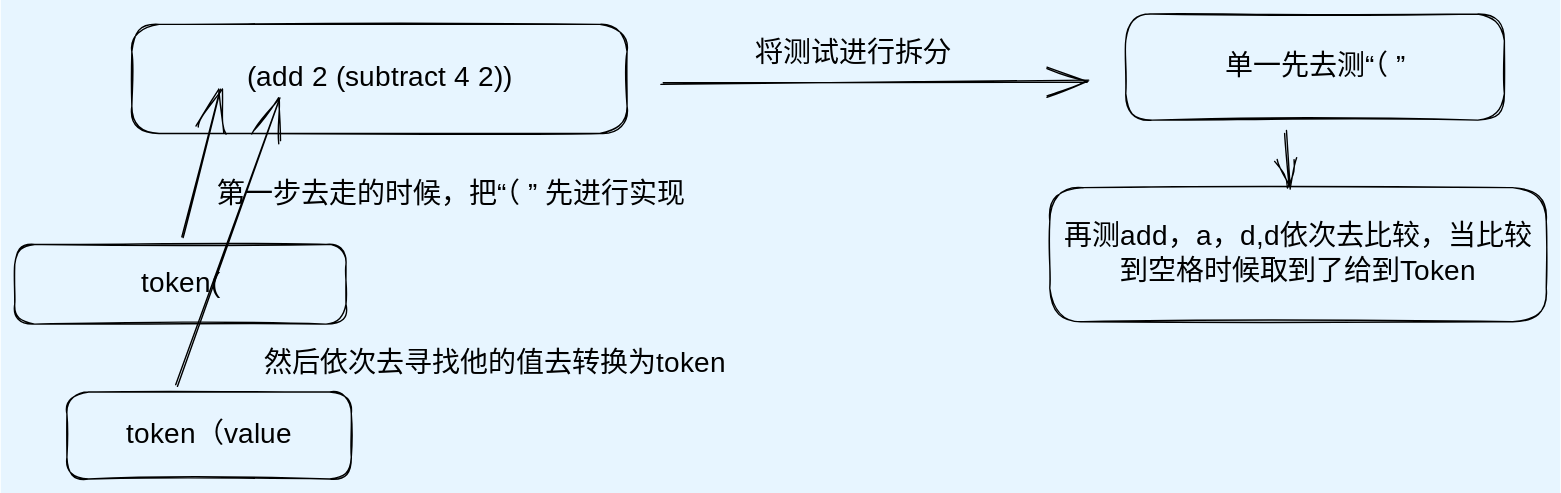
zclsx/tiny-compiler keeps this Excalidraw diagram as note.excalidraw.svg. Above is the earlier version. Source tidied: one line per element, renumbered; positions are measured from the earlier drawing's top-left corner, leaving out a move shared by most shapes.
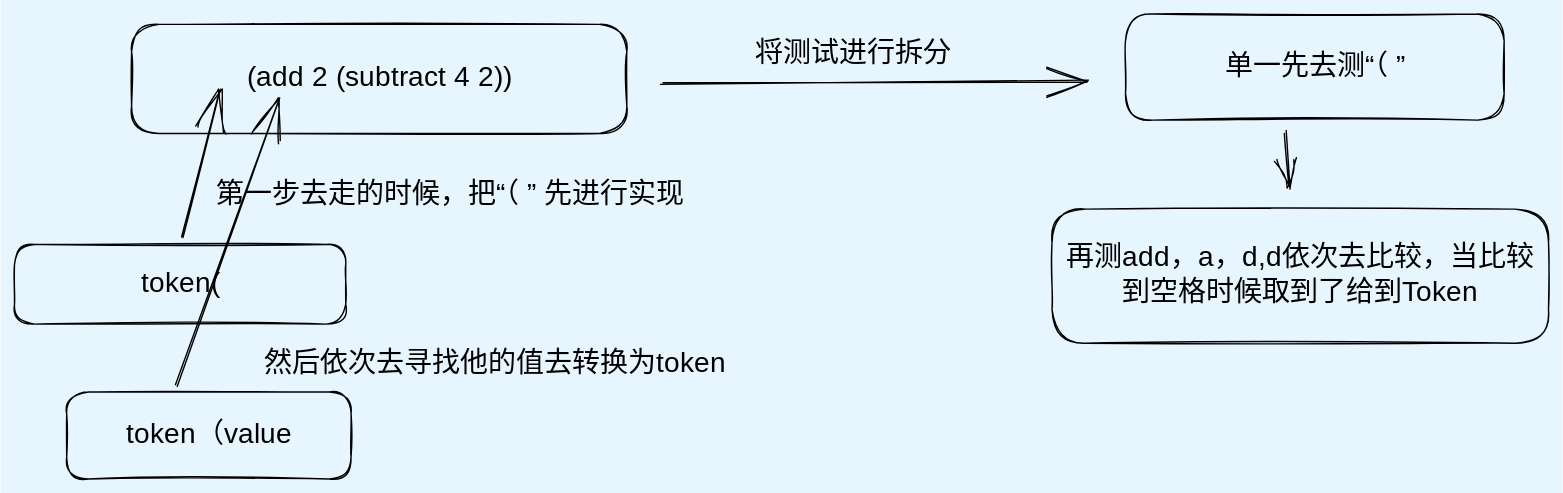
After the commit.

What changed in the source:
```diff
@@ -12,6 +12,6 @@
 {"id": 11, "type": "arrow", "strokeColor": "#000000", "strokeWidth": 1, "roughness": 1, "endArrowhead": "arrow", "round": true, "x": 463, "y": 51, "width": 305, "height": 3, "points": [[0, 0], [305, -3]]}
 {"id": 12, "type": "rectangle", "strokeColor": "#000000", "strokeWidth": 1, "roughness": 1, "round": true, "x": 794, "y": 0, "width": 271, "height": 76}
 {"id": 13, "type": "text", "text": "单一先去测“（ ”", "strokeColor": "#000000", "strokeWidth": 1, "roughness": 1, "fontSize": 20, "fontFamily": 1, "textAlign": "center", "verticalAlign": "middle", "inside": 12, "x": 855, "y": 25, "width": 150, "height": 25}
-{"id": 14, "type": "arrow", "strokeColor": "#000000", "strokeWidth": 1, "roughness": 1, "endArrowhead": "arrow", "round": true, "from": 12, "x": 909, "y": 84, "width": 3, "height": 41, "points": [[0, 0], [3, 41]]}
+{"id": 14, "type": "arrow", "strokeColor": "#000000", "strokeWidth": 1, "roughness": 1, "endArrowhead": "arrow", "round": true, "from": 12, "to": 15, "x": 909, "y": 84, "width": 3, "height": 41, "points": [[0, 0], [3, 41]]}
-{"id": 15, "type": "rectangle", "strokeColor": "#000000", "strokeWidth": 1, "roughness": 1, "round": true, "x": 740, "y": 124, "width": 355, "height": 96}
+{"id": 15, "type": "rectangle", "strokeColor": "#000000", "strokeWidth": 1, "roughness": 1, "round": true, "x": 742, "y": 139, "width": 355, "height": 96}
-{"id": 16, "type": "text", "text": "再测add，a，d,d依次去比较，当比较\n到空格时候取到了给到Token", "strokeColor": "#000000", "strokeWidth": 1, "roughness": 1, "fontSize": 20, "fontFamily": 1, "textAlign": "center", "verticalAlign": "middle", "inside": 15, "x": 749, "y": 147, "width": 337, "height": 50}
+{"id": 16, "type": "text", "text": "再测add，a，d,d依次去比较，当比较\n到空格时候取到了给到Token", "strokeColor": "#000000", "strokeWidth": 1, "roughness": 1, "fontSize": 20, "fontFamily": 1, "textAlign": "center", "verticalAlign": "middle", "inside": 15, "x": 750, "y": 162, "width": 337, "height": 50}
```
